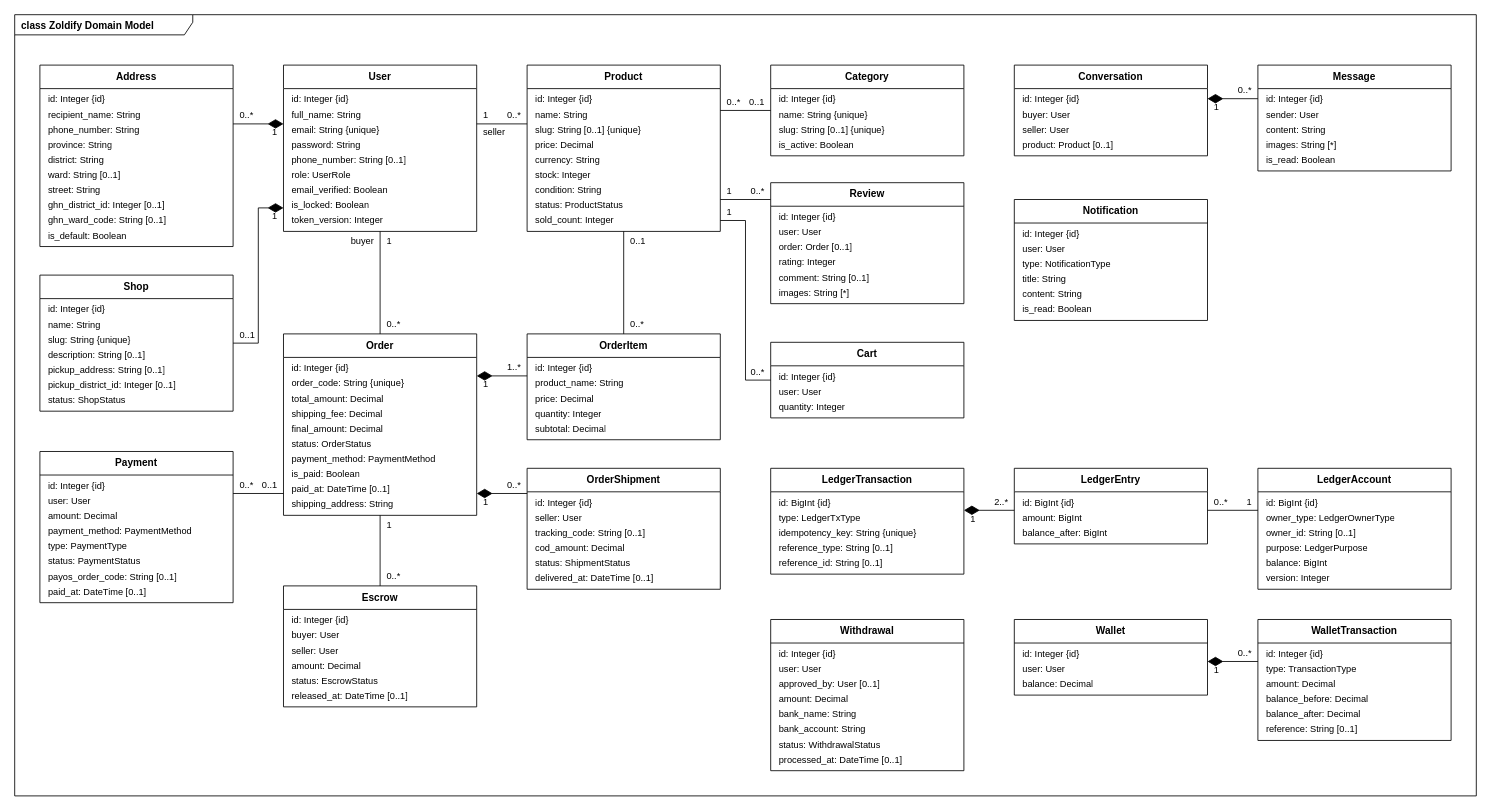
Above: page "Domain Model" (1 of 3) of docs/system-design/drawio/08-class-diagram.drawio in tdat-dev/Zoldify_Backend (draw.io), before the change. Source tidied: cells renumbered, new cells numbered last; positions are measured from the earlier drawing's top-left corner, leaving out a move shared by most shapes. Both pictures are drawn from the tidied source at 84%, with x=0, y=0 at pixel (14, 14).
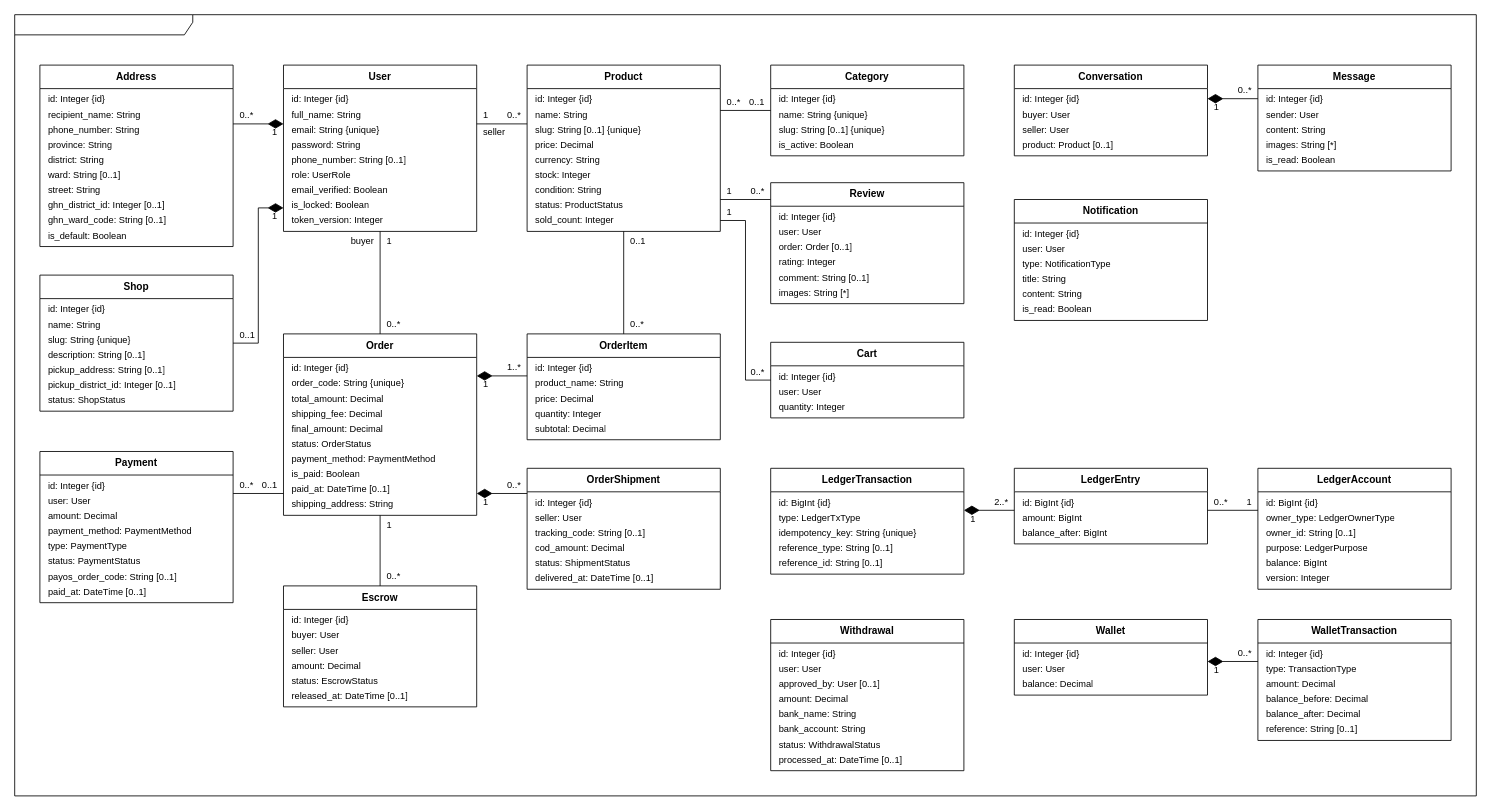
Above is the later version.

Commit message (it also covers changes not shown here):
docs(system-design): chỉnh tay của nhóm trên use case, class và sequence

Sửa trực tiếp trong draw.io: bỏ actor hệ thống (GHN, PayOS, FCM) và khung
hệ thống ở các trang use case, bỏ tiêu đề khung Domain Model, bỏ các ghi
chú trên trang sequence.

Lưu ý: chạy lại drawio-class/sequence/usecase.mjs sẽ đè mất các chỉnh tay
này vì nguồn spec chưa đổi theo.

Change to the diagram source:
```diff
@@
-    <mxCell id="2" value="class Zoldify Domain Model" style="shape=umlFrame;whiteSpace=wrap;html=1;fillColor=none;strokeColor=#000000;fontSize=12;fontStyle=1;verticalAlign=top;align=left;spacingLeft=6;spacingTop=-1;width=212;height=24;fontFamily=Helvetica;fontColor=#000000;" parent="1" vertex="1">
+    <mxCell id="2" value="&amp;nbsp; &amp;nbsp; &amp;nbsp; &amp;nbsp; &amp;nbsp; &amp;nbsp; &amp;nbsp; &amp;nbsp; &amp;nbsp;&amp;nbsp; " style="shape=umlFrame;whiteSpace=wrap;html=1;fillColor=none;strokeColor=#000000;fontSize=12;fontStyle=1;verticalAlign=top;align=left;spacingLeft=6;spacingTop=-1;width=212;height=24;fontFamily=Helvetica;fontColor=#000000;" parent="1" vertex="1">
       <mxGeometry width="1740" height="930" as="geometry" />
     </mxCell>
```
